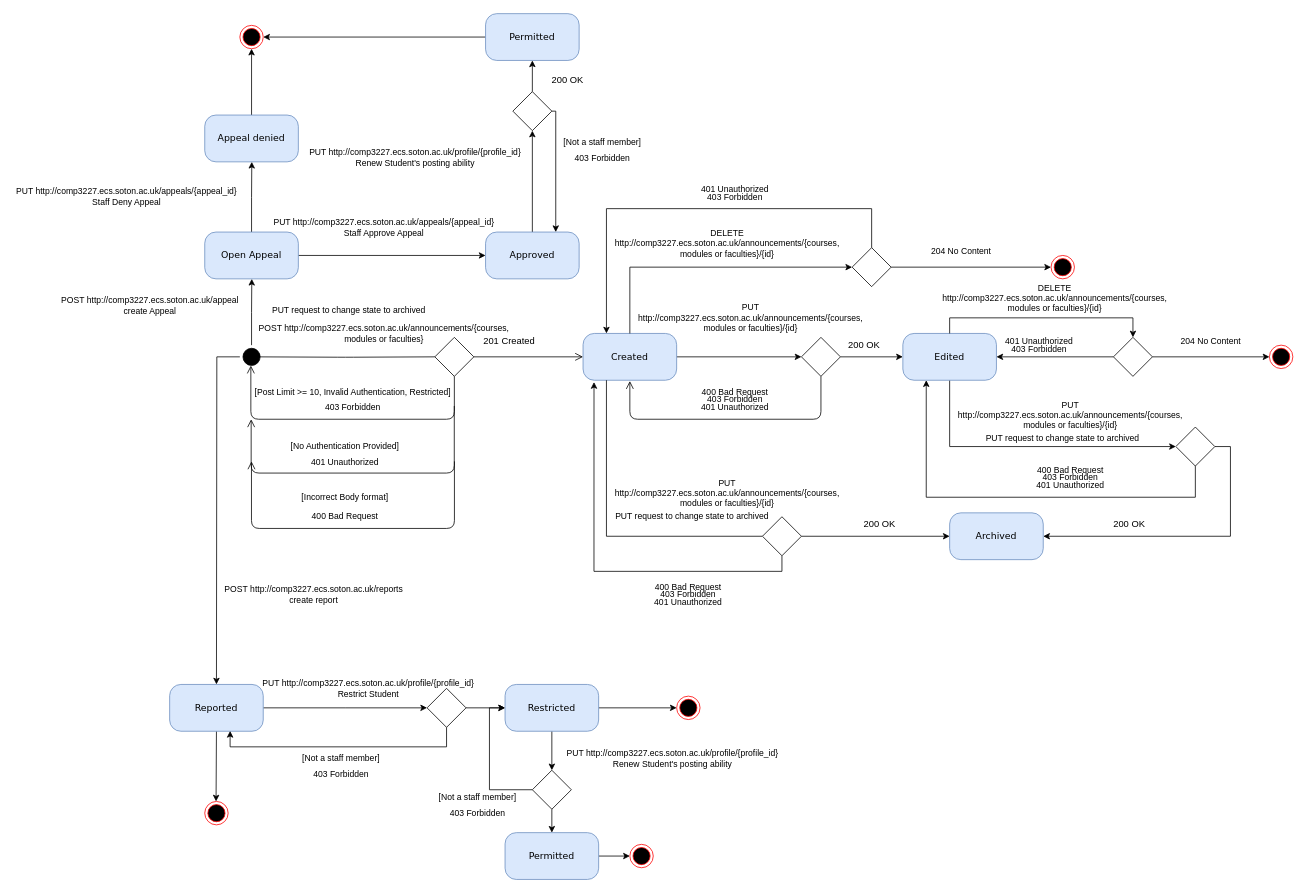
Earlier version of the draw.io diagram State machine.drawio (hay1g21/RestAPI-Extension). Source tidied: cells renumbered, new cells numbered last; positions are measured from the earlier drawing's top-left corner, leaving out a move shared by most shapes. Both pictures are drawn from the tidied source at 78%, with x=0, y=0 at pixel (13, 13).
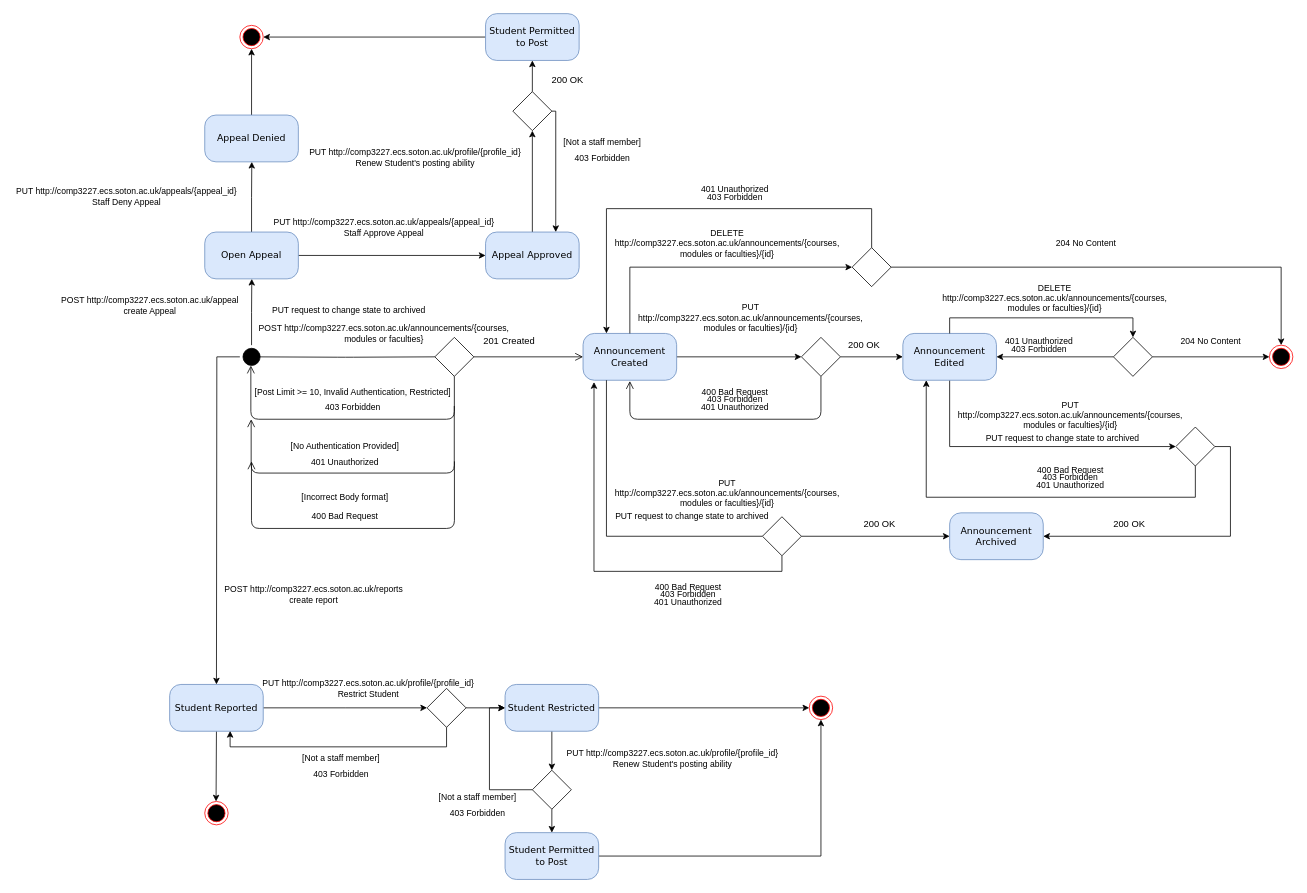
The same page after the edit.

The change refers to these unchanged cells:
```xml
<mxCell id="82" style="rhombus;whiteSpace=wrap;html=1;" parent="1" vertex="1">
  <mxGeometry x="1075" y="300" width="50" height="50" as="geometry" />
</mxCell>
<mxCell id="85" style="ellipse;html=1;shape=endState;fillColor=#000000;strokeColor=#ff0000;" parent="1" vertex="1">
  <mxGeometry x="1610" y="425" width="30" height="30" as="geometry" />
</mxCell>
```

The edit, as a diff of the source:
```diff
@@
-    <mxCell id="6" value="Created" style="rounded=1;whiteSpace=wrap;html=1;arcSize=24;fillColor=#dae8fc;strokeColor=#6c8ebf;shadow=0;comic=0;labelBackgroundColor=none;fontFamily=Verdana;fontSize=12;align=center;" parent="1" vertex="1">
+    <mxCell id="6" value="Announcement Created" style="rounded=1;whiteSpace=wrap;html=1;arcSize=24;fillColor=#dae8fc;strokeColor=#6c8ebf;shadow=0;comic=0;labelBackgroundColor=none;fontFamily=Verdana;fontSize=12;align=center;" parent="1" vertex="1">
       <mxGeometry x="730" y="410" width="120" height="60" as="geometry" />
     </mxCell>
@@
-    <mxCell id="12" value="Edited" style="rounded=1;whiteSpace=wrap;html=1;arcSize=24;fillColor=#dae8fc;strokeColor=#6c8ebf;shadow=0;comic=0;labelBackgroundColor=none;fontFamily=Verdana;fontSize=12;align=center;" parent="1" vertex="1">
+    <mxCell id="12" value="Announcement Edited" style="rounded=1;whiteSpace=wrap;html=1;arcSize=24;fillColor=#dae8fc;strokeColor=#6c8ebf;shadow=0;comic=0;labelBackgroundColor=none;fontFamily=Verdana;fontSize=12;align=center;" parent="1" vertex="1">
       <mxGeometry x="1140" y="410" width="120" height="60" as="geometry" />
     </mxCell>
-    <mxCell id="13" value="Archived" style="rounded=1;whiteSpace=wrap;html=1;arcSize=24;fillColor=#dae8fc;strokeColor=#6c8ebf;shadow=0;comic=0;labelBackgroundColor=none;fontFamily=Verdana;fontSize=12;align=center;" parent="1" vertex="1">
+    <mxCell id="13" value="Announcement Archived" style="rounded=1;whiteSpace=wrap;html=1;arcSize=24;fillColor=#dae8fc;strokeColor=#6c8ebf;shadow=0;comic=0;labelBackgroundColor=none;fontFamily=Verdana;fontSize=12;align=center;" parent="1" vertex="1">
       <mxGeometry x="1200" y="640" width="120" height="60" as="geometry" />
     </mxCell>
@@
     <mxCell id="32" value="204 No Content" style="text;html=1;strokeColor=none;fillColor=none;align=center;verticalAlign=middle;whiteSpace=wrap;rounded=0;fontSize=11;" parent="1" vertex="1">
-      <mxGeometry x="1160" y="290" width="110" height="30" as="geometry" />
+      <mxGeometry x="1320" y="280" width="110" height="30" as="geometry" />
     </mxCell>
@@
-    <mxCell id="39" value="Reported" style="rounded=1;whiteSpace=wrap;html=1;arcSize=24;fillColor=#dae8fc;strokeColor=#6c8ebf;shadow=0;comic=0;labelBackgroundColor=none;fontFamily=Verdana;fontSize=12;align=center;" parent="1" vertex="1">
+    <mxCell id="39" value="Student Reported" style="rounded=1;whiteSpace=wrap;html=1;arcSize=24;fillColor=#dae8fc;strokeColor=#6c8ebf;shadow=0;comic=0;labelBackgroundColor=none;fontFamily=Verdana;fontSize=12;align=center;" parent="1" vertex="1">
       <mxGeometry x="200" y="860" width="120" height="60" as="geometry" />
     </mxCell>
@@
-    <mxCell id="47" value="Appeal denied" style="rounded=1;whiteSpace=wrap;html=1;arcSize=24;fillColor=#dae8fc;strokeColor=#6c8ebf;shadow=0;comic=0;labelBackgroundColor=none;fontFamily=Verdana;fontSize=12;align=center;" parent="1" vertex="1">
+    <mxCell id="47" value="Appeal Denied" style="rounded=1;whiteSpace=wrap;html=1;arcSize=24;fillColor=#dae8fc;strokeColor=#6c8ebf;shadow=0;comic=0;labelBackgroundColor=none;fontFamily=Verdana;fontSize=12;align=center;" parent="1" vertex="1">
       <mxGeometry x="245" y="130" width="120" height="60" as="geometry" />
     </mxCell>
@@
-    <mxCell id="50" value="Approved" style="rounded=1;whiteSpace=wrap;html=1;arcSize=24;fillColor=#dae8fc;strokeColor=#6c8ebf;shadow=0;comic=0;labelBackgroundColor=none;fontFamily=Verdana;fontSize=12;align=center;" parent="1" vertex="1">
+    <mxCell id="50" value="Appeal Approved" style="rounded=1;whiteSpace=wrap;html=1;arcSize=24;fillColor=#dae8fc;strokeColor=#6c8ebf;shadow=0;comic=0;labelBackgroundColor=none;fontFamily=Verdana;fontSize=12;align=center;" parent="1" vertex="1">
       <mxGeometry x="605" y="280" width="120" height="60" as="geometry" />
     </mxCell>
@@
-    <mxCell id="58" value="Restricted" style="rounded=1;whiteSpace=wrap;html=1;arcSize=24;fillColor=#dae8fc;strokeColor=#6c8ebf;shadow=0;comic=0;labelBackgroundColor=none;fontFamily=Verdana;fontSize=12;align=center;" parent="1" vertex="1">
+    <mxCell id="58" value="Student Restricted" style="rounded=1;whiteSpace=wrap;html=1;arcSize=24;fillColor=#dae8fc;strokeColor=#6c8ebf;shadow=0;comic=0;labelBackgroundColor=none;fontFamily=Verdana;fontSize=12;align=center;" parent="1" vertex="1">
       <mxGeometry x="630" y="860" width="120" height="60" as="geometry" />
     </mxCell>
@@
     <mxCell id="64" style="ellipse;html=1;shape=endState;fillColor=#000000;strokeColor=#ff0000;" parent="1" vertex="1">
-      <mxGeometry x="850" y="875" width="30" height="30" as="geometry" />
+      <mxGeometry x="1020" y="875" width="30" height="30" as="geometry" />
     </mxCell>
-    <mxCell id="65" style="edgeStyle=orthogonalEdgeStyle;rounded=0;jettySize=auto;html=1;exitX=1;exitY=0.5;exitDx=0;exitDy=0;entryX=0;entryY=0.5;entryDx=0;entryDy=0;" parent="1" edge="1" source="66" target="73">
-      <mxGeometry relative="1" as="geometry" />
-    </mxCell>
+    <mxCell id="115" style="edgeStyle=orthogonalEdgeStyle;rounded=0;jettySize=auto;html=1;exitX=1;exitY=0.5;exitDx=0;exitDy=0;entryX=0.5;entryY=1;entryDx=0;entryDy=0;" parent="1" edge="1" source="66" target="64">
+      <mxGeometry relative="1" as="geometry" />
+    </mxCell>
-    <mxCell id="66" value="Permitted" style="rounded=1;whiteSpace=wrap;html=1;arcSize=24;fillColor=#dae8fc;strokeColor=#6c8ebf;shadow=0;comic=0;labelBackgroundColor=none;fontFamily=Verdana;fontSize=12;align=center;" parent="1" vertex="1">
+    <mxCell id="66" value="Student Permitted to Post" style="rounded=1;whiteSpace=wrap;html=1;arcSize=24;fillColor=#dae8fc;strokeColor=#6c8ebf;shadow=0;comic=0;labelBackgroundColor=none;fontFamily=Verdana;fontSize=12;align=center;" parent="1" vertex="1">
       <mxGeometry x="630" y="1050" width="120" height="60" as="geometry" />
     </mxCell>
@@
-    <mxCell id="73" style="ellipse;html=1;shape=endState;fillColor=#000000;strokeColor=#ff0000;" parent="1" vertex="1">
-      <mxGeometry x="790" y="1065" width="30" height="30" as="geometry" />
-    </mxCell>
@@
-    <mxCell id="78" style="ellipse;html=1;shape=endState;fillColor=#000000;strokeColor=#ff0000;" parent="1" vertex="1">
-      <mxGeometry x="1330" y="310" width="30" height="30" as="geometry" />
-    </mxCell>
@@
-    <mxCell id="80" style="edgeStyle=orthogonalEdgeStyle;rounded=0;jettySize=auto;html=1;exitX=1;exitY=0.5;exitDx=0;exitDy=0;entryX=0;entryY=0.5;entryDx=0;entryDy=0;" parent="1" edge="1" source="82" target="78">
-      <mxGeometry relative="1" as="geometry" />
-    </mxCell>
@@
+    <mxCell id="116" style="edgeStyle=orthogonalEdgeStyle;rounded=0;jettySize=auto;html=1;exitX=1;exitY=0.5;exitDx=0;exitDy=0;entryX=0.5;entryY=0;entryDx=0;entryDy=0;" parent="1" edge="1" source="82" target="85">
+      <mxGeometry relative="1" as="geometry" />
+    </mxCell>
@@
-    <mxCell id="108" value="Permitted" style="rounded=1;whiteSpace=wrap;html=1;arcSize=24;fillColor=#dae8fc;strokeColor=#6c8ebf;shadow=0;comic=0;labelBackgroundColor=none;fontFamily=Verdana;fontSize=12;align=center;" parent="1" vertex="1">
+    <mxCell id="108" value="Student Permitted to Post" style="rounded=1;whiteSpace=wrap;html=1;arcSize=24;fillColor=#dae8fc;strokeColor=#6c8ebf;shadow=0;comic=0;labelBackgroundColor=none;fontFamily=Verdana;fontSize=12;align=center;" parent="1" vertex="1">
       <mxGeometry x="605" width="120" height="60" as="geometry" />
     </mxCell>
```
